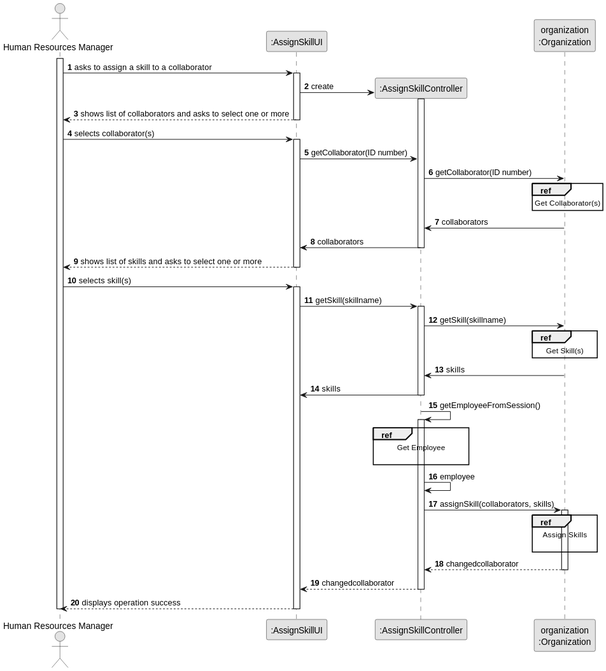
The PlantUML diagram docs/sprint2/us004/03.design/svg/us004-sequence-diagram-split.svg in tiagosoa/lei-24-s2-1dgh-g073, before a commit.
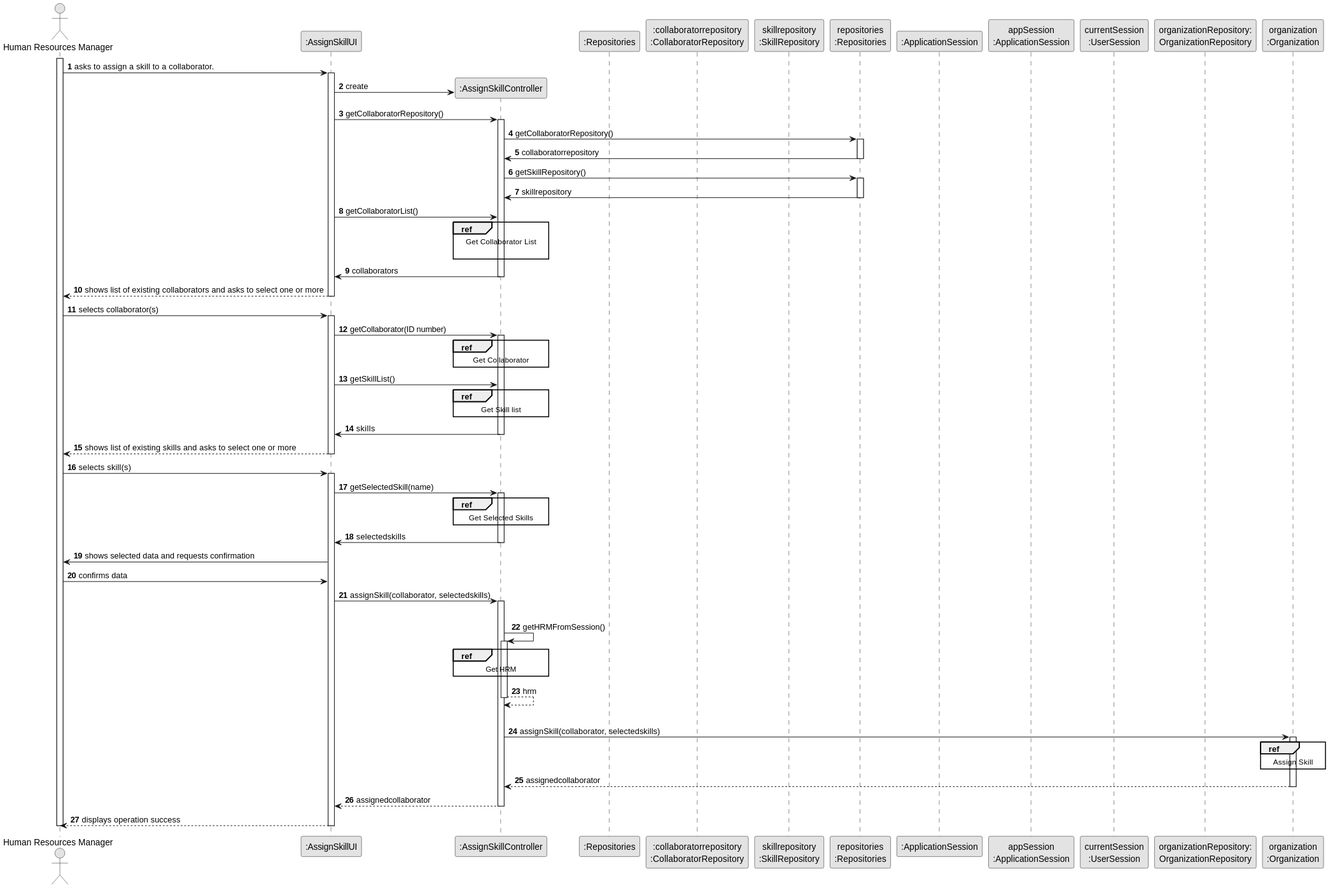
After the commit.

Change to the diagram source:
```diff
@@ -8,86 +8,124 @@
 actor "Human Resources Manager" as ADM
 participant ":AssignSkillUI" as UI
 participant ":AssignSkillController" as CTRL
+participant ":Repositories" as RepositorySingleton
+participant ":collaboratorrepository\n:CollaboratorRepository" as CR
+participant "skillrepository\n:SkillRepository" as SR
+participant "repositories\n:Repositories" as PLAT
+participant ":ApplicationSession" as _APP
+participant "appSession\n:ApplicationSession" as APP
+participant "currentSession\n:UserSession" as SESSAO
+participant "organizationRepository:\nOrganizationRepository" as OrganizationRepository
 participant "organization\n:Organization" as ORG
 
 activate ADM
 
-    ADM -> UI : asks to assign a skill to a collaborator
+        ADM -> UI : asks to assign a skill to a collaborator.
 
-    activate UI
+        activate UI
 
-        UI -> CTRL** : create
+            UI -> CTRL** : create
 
-        activate CTRL
+                         UI -> CTRL : getCollaboratorRepository()
+                         activate CTRL
 
-        UI --> ADM : shows list of collaborators and asks to select one or more
+                                 CTRL -> PLAT : getCollaboratorRepository()
+                                         activate PLAT
+
+                                     PLAT -> CTRL : collaboratorrepository
+                                     deactivate PLAT
+
+                                 CTRL -> PLAT : getSkillRepository()
+                                         activate PLAT
+
+                                     PLAT -> CTRL : skillrepository
+                                     deactivate PLAT
+
+        UI -> CTRL: getCollaboratorList()
+        ref over CTRL
+        Get Collaborator List
+
+        end
+
+        CTRL -> UI: collaborators
+        deactivate CTRL
+
+    UI --> ADM : shows list of existing collaborators and asks to select one or more
     deactivate UI
 
     ADM -> UI : selects collaborator(s)
     activate UI
 
-        UI -> CTRL : getCollaborator(ID number)
 
 
-        CTRL -> ORG : getCollaborator(ID number)
+        UI -> CTRL : getCollaborator(ID number)
+        activate CTRL
+
+        ref over CTRL
+        Get Collaborator
+        end
+
+            UI -> CTRL: getSkillList()
+        ref over CTRL
+        Get Skill list
+        end
+
+        CTRL -> UI: skills
+        deactivate CTRL
 
 
-        ref over ORG
-        Get Collaborator(s)
+    UI --> ADM : shows list of existing skills and asks to select one or more
+    deactivate UI
+
+
+   ADM -> UI : selects skill(s)
+   activate UI
+
+        UI -> CTRL : getSelectedSkill(name)
+        activate CTRL
+
+        ref over CTRL
+        Get Selected Skills
         end
 
-        ORG -> CTRL : collaborators
+        CTRL -> UI : selectedskills
+        deactivate CTRL
+
+
+   UI -> ADM : shows selected data and requests confirmation
+
+   ADM -> UI : confirms data
+
+   UI -> CTRL : assignSkill(collaborator, selectedskills)
+   activate CTRL
+
+
+            |||
+            CTRL -> CTRL : getHRMFromSession()
+            activate CTRL
+
+                ref over CTRL
+                Get HRM
+                end
+
+                CTRL --> CTRL : hrm
+            deactivate CTRL
+
+            |||
+            CTRL -> ORG: assignSkill(collaborator, selectedskills)
+            activate ORG
 
 
 
-        CTRL -> UI : collaborators
-        deactivate CTRL
+            ref over ORG
+            Assign Skill
+            end
 
-        UI --> ADM : shows list of skills and asks to select one or more
-    deactivate UI
+                ORG --> CTRL : assignedcollaborator
 
-    ADM -> UI : selects skill(s)
-    activate UI
-
-        UI -> CTRL : getSkill(skillname)
-        activate CTRL
-
-        CTRL -> ORG : getSkill(skillname)
-
-        ref over ORG
-        Get Skill(s)
-        end
-
-        ORG -> CTRL : skills
-
-
-
-        CTRL -> UI : skills
-        deactivate CTRL
-
-
-            CTRL -> CTRL : getEmployeeFromSession()
-            activate CTRL
-
-                ref over CTRL
-                    Get Employee
-
-                end ref
-                CTRL -> CTRL : employee
-
-
-            CTRL -> ORG: assignSkill(collaborators, skills)
-            activate ORG
-
-                ref over ORG
-                    Assign Skills
-
-                end
-
-                ORG --> CTRL : changedcollaborator
             deactivate ORG
 
-            CTRL --> UI: changedcollaborator
+            CTRL --> UI: assignedcollaborator
             deactivate CTRL
             UI --> ADM: displays operation success
     deactivate UI
```
